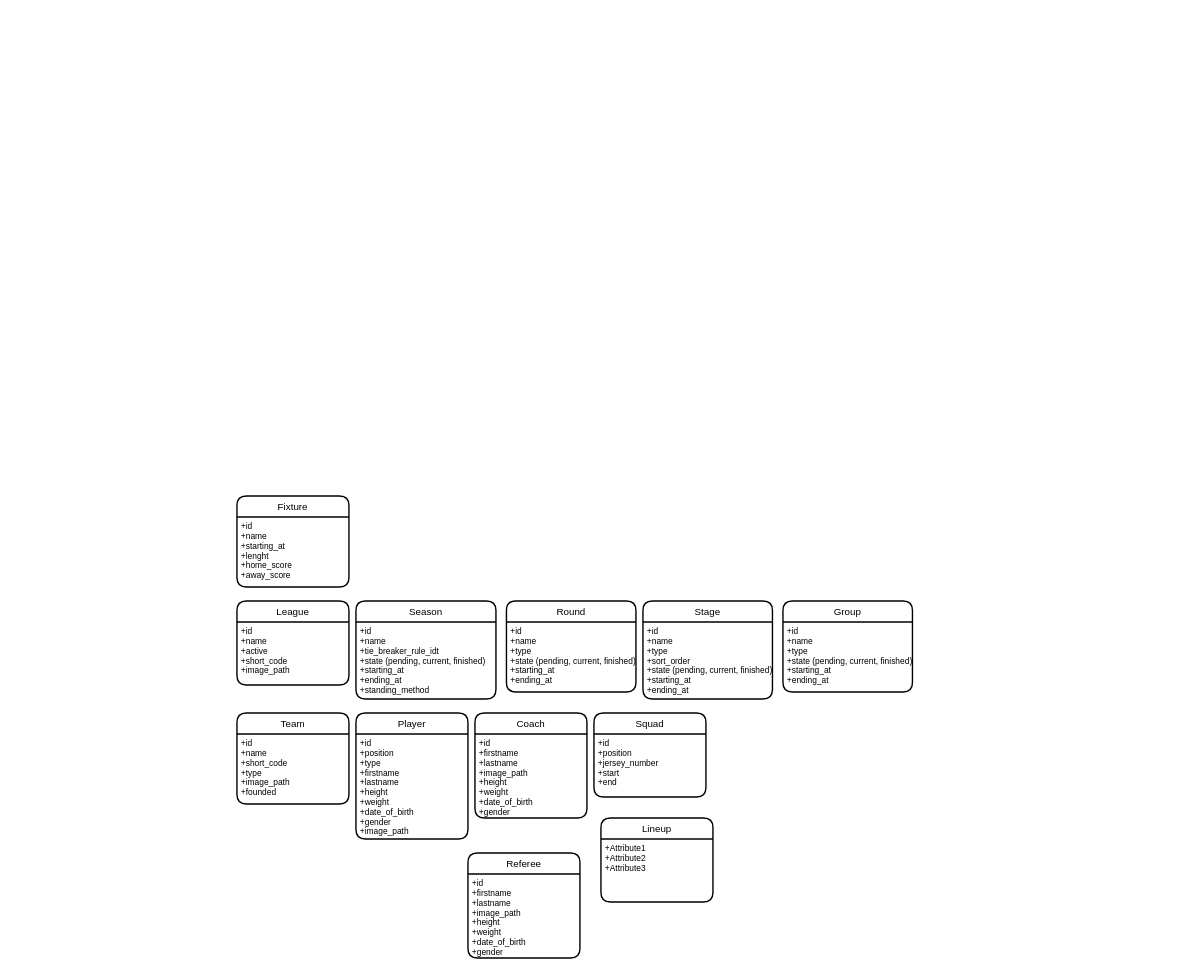
Before: database-schema.drawio in Mattherix/moirasport, a draw.io diagram. Source tidied: cells renumbered, new cells numbered last; positions are measured from the earlier drawing's top-left corner, leaving out a move shared by most shapes. Both pictures are drawn from the tidied source at 70%, with x=0, y=0 at pixel (237, 496).
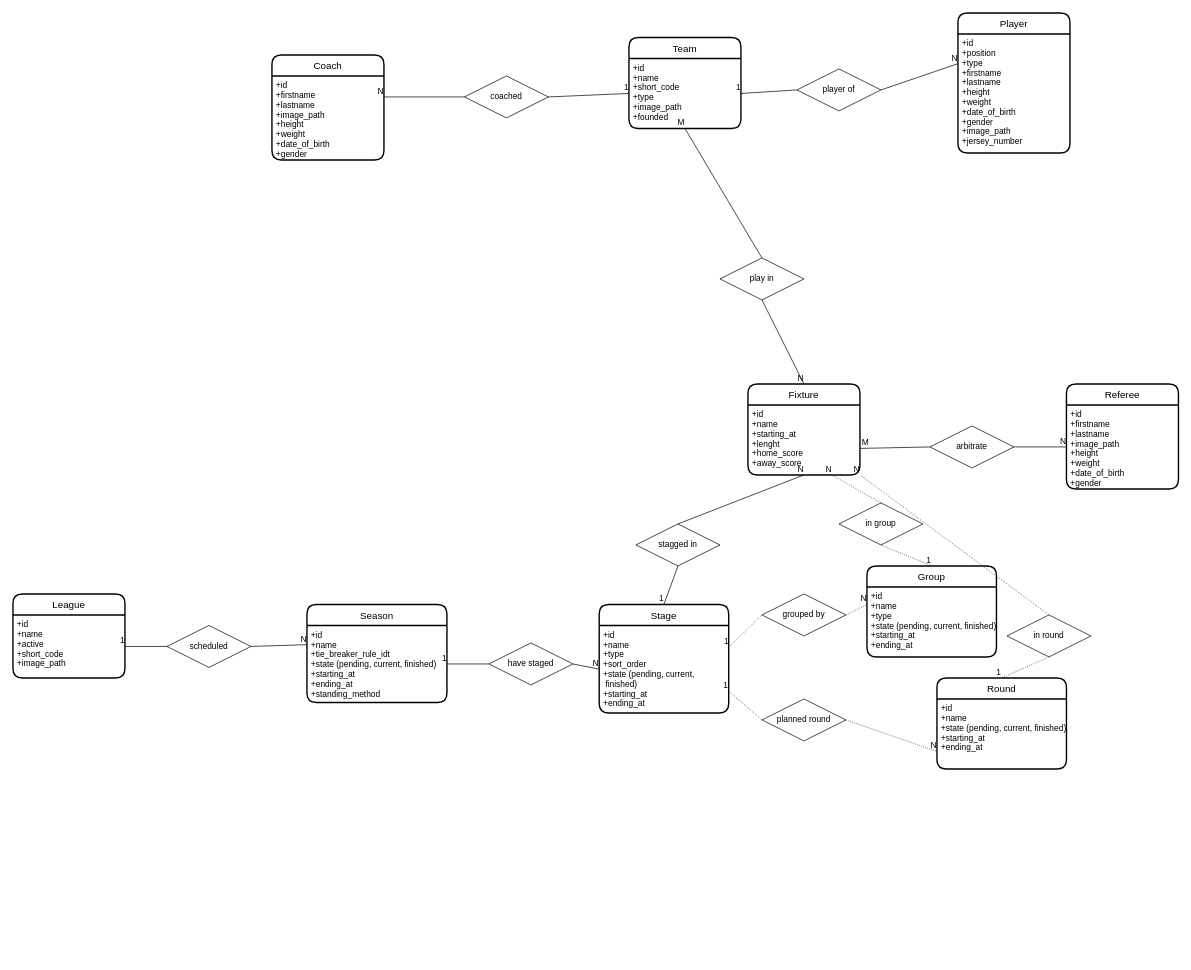
The same diagram, later.

Unchanged cells that the change refers to:
```xml
<mxCell id="3" value="+id&#10;+name&#10;+starting_at&#10;+lenght&#10;+home_score&#10;+away_score" style="align=left;strokeColor=none;fillColor=none;spacingLeft=4;fontSize=12;verticalAlign=top;" parent="2" vertex="1">
  <mxGeometry y="30" width="160" height="100" as="geometry" />
</mxCell>
<mxCell id="5" value="+id&#10;+name&#10;+active&#10;+short_code&#10;+image_path" style="align=left;strokeColor=none;fillColor=none;spacingLeft=4;fontSize=12;verticalAlign=top;" parent="4" vertex="1">
  <mxGeometry y="30" width="160" height="90" as="geometry" />
</mxCell>
<mxCell id="7" value="+id&#10;+name&#10;+tie_breaker_rule_idt&#10;+state (pending, current, finished)&#10;+starting_at&#10;+ending_at&#10;+standing_method&#10;" style="align=left;strokeColor=none;fillColor=none;spacingLeft=4;fontSize=12;verticalAlign=top;" parent="6" vertex="1">
  <mxGeometry y="30" width="200" height="110" as="geometry" />
</mxCell>
<mxCell id="25" value="+id&#10;+name&#10;+type&#10;+state (pending, current, finished)&#10;+starting_at&#10;+ending_at" style="align=left;strokeColor=none;fillColor=none;spacingLeft=4;fontSize=12;verticalAlign=top;" parent="24" vertex="1">
  <mxGeometry y="30" width="185" height="100" as="geometry" />
</mxCell>
```

Diff of the diagram source:
```diff
@@
     <mxCell id="2" value="Fixture" style="swimlane;horizontal=1;startSize=30;rounded=1;fontSize=14;fontStyle=0;strokeWidth=2;shadow=0;dashed=0;align=center;" parent="1" vertex="1">
-      <mxGeometry width="160" height="130" as="geometry" />
+      <mxGeometry x="730" y="-160" width="160" height="130" as="geometry" />
     </mxCell>
@@
     <mxCell id="4" value="League" style="swimlane;horizontal=1;startSize=30;rounded=1;fontSize=14;fontStyle=0;strokeWidth=2;shadow=0;dashed=0;align=center;" parent="1" vertex="1">
-      <mxGeometry y="150" width="160" height="120" as="geometry" />
+      <mxGeometry x="-320" y="140" width="160" height="120" as="geometry" />
     </mxCell>
@@
     <mxCell id="6" value="Season" style="swimlane;horizontal=1;startSize=30;rounded=1;fontSize=14;fontStyle=0;strokeWidth=2;shadow=0;dashed=0;align=center;" parent="1" vertex="1">
-      <mxGeometry x="170" y="150" width="200" height="140" as="geometry" />
+      <mxGeometry x="100" y="155" width="200" height="140" as="geometry" />
     </mxCell>
@@
-    <mxCell id="8" value="Round" style="swimlane;horizontal=1;startSize=30;rounded=1;fontSize=14;fontStyle=0;strokeWidth=2;shadow=0;dashed=0;align=center;" parent="1" vertex="1">
-      <mxGeometry x="385" y="150" width="185" height="130" as="geometry" />
-    </mxCell>
-    <mxCell id="9" value="+id&#10;+name&#10;+type&#10;+state (pending, current, finished)&#10;+starting_at&#10;+ending_at" style="align=left;strokeColor=none;fillColor=none;spacingLeft=4;fontSize=12;verticalAlign=top;" parent="8" vertex="1">
-      <mxGeometry y="30" width="185" height="100" as="geometry" />
-    </mxCell>
-    <mxCell id="10" value="Team" style="swimlane;horizontal=1;startSize=30;rounded=1;fontSize=14;fontStyle=0;strokeWidth=2;shadow=0;dashed=0;align=center;" parent="1" vertex="1">
-      <mxGeometry y="310" width="160" height="130" as="geometry" />
-    </mxCell>
-    <mxCell id="11" value="+id&#10;+name&#10;+short_code&#10;+type&#10;+image_path&#10;+founded" style="align=left;strokeColor=none;fillColor=none;spacingLeft=4;fontSize=12;verticalAlign=top;" parent="10" vertex="1">
-      <mxGeometry y="30" width="160" height="100" as="geometry" />
-    </mxCell>
-    <mxCell id="12" value="Player" style="swimlane;horizontal=1;startSize=30;rounded=1;fontSize=14;fontStyle=0;strokeWidth=2;shadow=0;dashed=0;align=center;" parent="1" vertex="1">
-      <mxGeometry x="170" y="310" width="160" height="180" as="geometry" />
-    </mxCell>
-    <mxCell id="13" value="+id&#10;+position&#10;+type&#10;+firstname&#10;+lastname&#10;+height&#10;+weight&#10;+date_of_birth&#10;+gender&#10;+image_path" style="align=left;strokeColor=none;fillColor=none;spacingLeft=4;fontSize=12;verticalAlign=top;" parent="12" vertex="1">
-      <mxGeometry y="30" width="160" height="150" as="geometry" />
-    </mxCell>
-    <mxCell id="14" value="Squad" style="swimlane;horizontal=1;startSize=30;rounded=1;fontSize=14;fontStyle=0;strokeWidth=2;shadow=0;dashed=0;align=center;" parent="1" vertex="1">
-      <mxGeometry x="510" y="310" width="160" height="120" as="geometry" />
-    </mxCell>
-    <mxCell id="15" value="+id&#10;+position&#10;+jersey_number&#10;+start&#10;+end" style="align=left;strokeColor=none;fillColor=none;spacingLeft=4;fontSize=12;verticalAlign=top;" parent="14" vertex="1">
-      <mxGeometry y="30" width="160" height="90" as="geometry" />
-    </mxCell>
-    <mxCell id="16" value="Coach" style="swimlane;horizontal=1;startSize=30;rounded=1;fontSize=14;fontStyle=0;strokeWidth=2;shadow=0;dashed=0;align=center;" parent="1" vertex="1">
-      <mxGeometry x="340" y="310" width="160" height="150" as="geometry" />
-    </mxCell>
-    <mxCell id="17" value="+id&#10;+firstname&#10;+lastname&#10;+image_path&#10;+height&#10;+weight&#10;+date_of_birth&#10;+gender" style="align=left;strokeColor=none;fillColor=none;spacingLeft=4;fontSize=12;verticalAlign=top;" parent="16" vertex="1">
-      <mxGeometry y="30" width="160" height="120" as="geometry" />
-    </mxCell>
-    <mxCell id="18" value="Lineup" style="swimlane;horizontal=1;startSize=30;rounded=1;fontSize=14;fontStyle=0;strokeWidth=2;shadow=0;dashed=0;align=center;" parent="1" vertex="1">
-      <mxGeometry x="520" y="460" width="160" height="120" as="geometry" />
-    </mxCell>
-    <mxCell id="19" value="+Attribute1&#10;+Attribute2&#10;+Attribute3" style="align=left;strokeColor=none;fillColor=none;spacingLeft=4;fontSize=12;verticalAlign=top;" parent="18" vertex="1">
-      <mxGeometry y="30" width="160" height="90" as="geometry" />
-    </mxCell>
-    <mxCell id="20" value="Referee" style="swimlane;horizontal=1;startSize=30;rounded=1;fontSize=14;fontStyle=0;strokeWidth=2;shadow=0;dashed=0;align=center;" parent="1" vertex="1">
-      <mxGeometry x="330" y="510" width="160" height="150" as="geometry" />
-    </mxCell>
-    <mxCell id="21" value="+id&#10;+firstname&#10;+lastname&#10;+image_path&#10;+height&#10;+weight&#10;+date_of_birth&#10;+gender" style="align=left;strokeColor=none;fillColor=none;spacingLeft=4;fontSize=12;verticalAlign=top;" parent="20" vertex="1">
-      <mxGeometry y="30" width="160" height="120" as="geometry" />
-    </mxCell>
     <mxCell id="22" value="Stage" style="swimlane;horizontal=1;startSize=30;rounded=1;fontSize=14;fontStyle=0;strokeWidth=2;shadow=0;dashed=0;align=center;" parent="1" vertex="1">
-      <mxGeometry x="580" y="150" width="185" height="140" as="geometry" />
+      <mxGeometry x="517.5" y="155" width="185" height="155" as="geometry" />
     </mxCell>
-    <mxCell id="23" value="+id&#10;+name&#10;+type&#10;+sort_order&#10;+state (pending, current, finished)&#10;+starting_at&#10;+ending_at&#10;" style="align=left;strokeColor=none;fillColor=none;spacingLeft=4;fontSize=12;verticalAlign=top;" parent="22" vertex="1">
-      <mxGeometry y="30" width="185" height="110" as="geometry" />
+    <mxCell id="23" value="+id&#10;+name&#10;+type&#10;+sort_order&#10;+state (pending, current,&#10; finished)&#10;+starting_at&#10;+ending_at&#10;" style="align=left;strokeColor=none;fillColor=none;spacingLeft=4;fontSize=12;verticalAlign=top;" parent="22" vertex="1">
+      <mxGeometry y="30" width="185" height="125" as="geometry" />
     </mxCell>
     <mxCell id="24" value="Group" style="swimlane;horizontal=1;startSize=30;rounded=1;fontSize=14;fontStyle=0;strokeWidth=2;shadow=0;dashed=0;align=center;" parent="1" vertex="1">
-      <mxGeometry x="780" y="150" width="185" height="130" as="geometry" />
+      <mxGeometry x="900" y="100" width="185" height="130" as="geometry" />
     </mxCell>
@@
+    <mxCell id="26" value="stagged in" style="shape=rhombus;perimeter=rhombusPerimeter;whiteSpace=wrap;html=1;align=center;" parent="1" vertex="1">
+      <mxGeometry x="570" y="40" width="120" height="60" as="geometry" />
+    </mxCell>
+    <mxCell id="27" style="endArrow=none;html=1;rounded=0;exitX=0.5;exitY=1;exitDx=0;exitDy=0;entryX=0.5;entryY=0;entryDx=0;entryDy=0;" parent="1" edge="1" source="26" target="22">
+      <mxGeometry relative="1" as="geometry" />
+    </mxCell>
+    <mxCell id="28" value="1" style="html=1;align=right;verticalAlign=bottom;" parent="27" vertex="1">
+      <mxGeometry x="1" relative="1" as="geometry" />
+    </mxCell>
+    <mxCell id="29" style="endArrow=none;html=1;rounded=0;entryX=0.5;entryY=1;entryDx=0;entryDy=0;exitX=0.5;exitY=0;exitDx=0;exitDy=0;" parent="1" edge="1" source="26" target="3">
+      <mxGeometry relative="1" as="geometry" />
+    </mxCell>
+    <mxCell id="30" value="N" style="html=1;align=right;verticalAlign=bottom;" parent="29" vertex="1">
+      <mxGeometry x="1" relative="1" as="geometry" />
+    </mxCell>
+    <mxCell id="31" value="in group" style="shape=rhombus;perimeter=rhombusPerimeter;whiteSpace=wrap;html=1;align=center;" parent="1" vertex="1">
+      <mxGeometry x="860" y="10" width="120" height="60" as="geometry" />
+    </mxCell>
+    <mxCell id="32" style="endArrow=none;html=1;rounded=0;dashed=1;dashPattern=1 2;exitX=0.5;exitY=1;exitDx=0;exitDy=0;entryX=0.5;entryY=0;entryDx=0;entryDy=0;" parent="1" edge="1" source="31" target="24">
+      <mxGeometry relative="1" as="geometry" />
+    </mxCell>
+    <mxCell id="33" value="1" style="html=1;align=right;verticalAlign=bottom;" parent="32" vertex="1">
+      <mxGeometry x="1" relative="1" as="geometry" />
+    </mxCell>
+    <mxCell id="34" style="endArrow=none;html=1;rounded=0;dashed=1;dashPattern=1 2;entryX=0.75;entryY=1;entryDx=0;entryDy=0;exitX=0.5;exitY=0;exitDx=0;exitDy=0;" parent="1" edge="1" source="31" target="3">
+      <mxGeometry relative="1" as="geometry" />
+    </mxCell>
+    <mxCell id="35" value="N" style="html=1;align=right;verticalAlign=bottom;" parent="34" vertex="1">
+      <mxGeometry x="1" relative="1" as="geometry" />
+    </mxCell>
+    <mxCell id="36" value="scheduled" style="shape=rhombus;perimeter=rhombusPerimeter;whiteSpace=wrap;html=1;align=center;" parent="1" vertex="1">
+      <mxGeometry x="-100" y="185" width="120" height="60" as="geometry" />
+    </mxCell>
+    <mxCell id="37" style="endArrow=none;html=1;rounded=0;entryX=1;entryY=0.5;entryDx=0;entryDy=0;exitX=0;exitY=0.5;exitDx=0;exitDy=0;" parent="1" edge="1" source="36" target="5">
+      <mxGeometry relative="1" as="geometry" />
+    </mxCell>
+    <mxCell id="38" value="1" style="html=1;align=right;verticalAlign=bottom;" parent="37" vertex="1">
+      <mxGeometry x="1" relative="1" as="geometry" />
+    </mxCell>
+    <mxCell id="39" style="endArrow=none;html=1;rounded=0;entryX=0;entryY=0.25;entryDx=0;entryDy=0;exitX=1;exitY=0.5;exitDx=0;exitDy=0;" parent="1" edge="1" source="36" target="7">
+      <mxGeometry relative="1" as="geometry" />
+    </mxCell>
+    <mxCell id="40" value="N" style="html=1;align=right;verticalAlign=bottom;" parent="39" vertex="1">
+      <mxGeometry x="1" relative="1" as="geometry" />
+    </mxCell>
+    <mxCell id="41" value="have staged" style="shape=rhombus;perimeter=rhombusPerimeter;whiteSpace=wrap;html=1;align=center;" parent="1" vertex="1">
+      <mxGeometry x="360" y="210" width="120" height="60" as="geometry" />
+    </mxCell>
+    <mxCell id="42" style="endArrow=none;html=1;rounded=0;entryX=1;entryY=0.5;entryDx=0;entryDy=0;exitX=0;exitY=0.5;exitDx=0;exitDy=0;" parent="1" edge="1" source="41" target="7">
+      <mxGeometry relative="1" as="geometry" />
+    </mxCell>
+    <mxCell id="43" value="1" style="html=1;align=right;verticalAlign=bottom;" parent="42" vertex="1">
+      <mxGeometry x="1" relative="1" as="geometry" />
+    </mxCell>
+    <mxCell id="44" style="endArrow=none;html=1;rounded=0;exitX=1;exitY=0.5;exitDx=0;exitDy=0;entryX=0;entryY=0.5;entryDx=0;entryDy=0;" parent="1" edge="1" source="41" target="23">
+      <mxGeometry relative="1" as="geometry" />
+    </mxCell>
+    <mxCell id="45" value="N" style="html=1;align=right;verticalAlign=bottom;" parent="44" vertex="1">
+      <mxGeometry x="1" relative="1" as="geometry" />
+    </mxCell>
+    <mxCell id="8" value="Round" style="swimlane;horizontal=1;startSize=30;rounded=1;fontSize=14;fontStyle=0;strokeWidth=2;shadow=0;dashed=0;align=center;" parent="1" vertex="1">
+      <mxGeometry x="1000" y="260" width="185" height="130" as="geometry" />
+    </mxCell>
+    <mxCell id="46" value="+id&#10;+name&#10;+state (pending, current, finished)&#10;+starting_at&#10;+ending_at" style="align=left;strokeColor=none;fillColor=none;spacingLeft=4;fontSize=12;verticalAlign=top;" parent="8" vertex="1">
+      <mxGeometry y="30" width="185" height="100" as="geometry" />
+    </mxCell>
+    <mxCell id="47" style="endArrow=none;html=1;rounded=0;dashed=1;dashPattern=1 2;entryX=1;entryY=1;entryDx=0;entryDy=0;exitX=0.5;exitY=0;exitDx=0;exitDy=0;" parent="1" edge="1" source="49" target="3">
+      <mxGeometry relative="1" as="geometry" />
+    </mxCell>
+    <mxCell id="48" value="N" style="html=1;align=right;verticalAlign=bottom;" parent="47" vertex="1">
+      <mxGeometry x="1" relative="1" as="geometry" />
+    </mxCell>
+    <mxCell id="49" value="in round" style="shape=rhombus;perimeter=rhombusPerimeter;whiteSpace=wrap;html=1;align=center;" parent="1" vertex="1">
+      <mxGeometry x="1100" y="170" width="120" height="60" as="geometry" />
+    </mxCell>
+    <mxCell id="50" style="endArrow=none;html=1;rounded=0;dashed=1;dashPattern=1 2;exitX=0.5;exitY=1;exitDx=0;exitDy=0;entryX=0.5;entryY=0;entryDx=0;entryDy=0;" parent="1" edge="1" source="49" target="8">
+      <mxGeometry relative="1" as="geometry" />
+    </mxCell>
+    <mxCell id="51" value="1" style="html=1;align=right;verticalAlign=bottom;" parent="50" vertex="1">
+      <mxGeometry x="1" relative="1" as="geometry" />
+    </mxCell>
+    <mxCell id="52" value="grouped by" style="shape=rhombus;perimeter=rhombusPerimeter;whiteSpace=wrap;html=1;align=center;" parent="1" vertex="1">
+      <mxGeometry x="750" y="140" width="120" height="60" as="geometry" />
+    </mxCell>
+    <mxCell id="53" value="planned round" style="shape=rhombus;perimeter=rhombusPerimeter;whiteSpace=wrap;html=1;align=center;" parent="1" vertex="1">
+      <mxGeometry x="750" y="290" width="120" height="60" as="geometry" />
+    </mxCell>
+    <mxCell id="54" style="endArrow=none;html=1;rounded=0;dashed=1;dashPattern=1 2;entryX=1;entryY=0.75;entryDx=0;entryDy=0;exitX=0;exitY=0.5;exitDx=0;exitDy=0;" parent="1" edge="1" source="53" target="23">
+      <mxGeometry relative="1" as="geometry" />
+    </mxCell>
+    <mxCell id="55" value="1" style="html=1;align=right;verticalAlign=bottom;" parent="54" vertex="1">
+      <mxGeometry x="1" relative="1" as="geometry" />
+    </mxCell>
+    <mxCell id="56" style="endArrow=none;html=1;rounded=0;dashed=1;dashPattern=1 2;entryX=0;entryY=0.75;entryDx=0;entryDy=0;exitX=1;exitY=0.5;exitDx=0;exitDy=0;" parent="1" edge="1" source="53" target="46">
+      <mxGeometry relative="1" as="geometry" />
+    </mxCell>
+    <mxCell id="57" value="N" style="html=1;align=right;verticalAlign=bottom;" parent="56" vertex="1">
+      <mxGeometry x="1" relative="1" as="geometry" />
+    </mxCell>
+    <mxCell id="58" style="endArrow=none;html=1;rounded=0;dashed=1;dashPattern=1 2;entryX=1;entryY=0.25;entryDx=0;entryDy=0;exitX=0;exitY=0.5;exitDx=0;exitDy=0;" parent="1" edge="1" source="52" target="23">
+      <mxGeometry relative="1" as="geometry" />
+    </mxCell>
+    <mxCell id="59" value="1" style="html=1;align=right;verticalAlign=bottom;" parent="58" vertex="1">
+      <mxGeometry x="1" relative="1" as="geometry" />
+    </mxCell>
+    <mxCell id="60" style="endArrow=none;html=1;rounded=0;dashed=1;dashPattern=1 2;entryX=0;entryY=0.25;entryDx=0;entryDy=0;exitX=1;exitY=0.5;exitDx=0;exitDy=0;" parent="1" edge="1" source="52" target="25">
+      <mxGeometry relative="1" as="geometry" />
+    </mxCell>
+    <mxCell id="61" value="N" style="html=1;align=right;verticalAlign=bottom;" parent="60" vertex="1">
+      <mxGeometry x="1" relative="1" as="geometry" />
+    </mxCell>
+    <mxCell id="10" value="Team" style="swimlane;horizontal=1;startSize=30;rounded=1;fontSize=14;fontStyle=0;strokeWidth=2;shadow=0;dashed=0;align=center;" parent="1" vertex="1">
+      <mxGeometry x="560" y="-655" width="160" height="130" as="geometry" />
+    </mxCell>
+    <mxCell id="11" value="+id&#10;+name&#10;+short_code&#10;+type&#10;+image_path&#10;+founded" style="align=left;strokeColor=none;fillColor=none;spacingLeft=4;fontSize=12;verticalAlign=top;" parent="10" vertex="1">
+      <mxGeometry y="30" width="160" height="100" as="geometry" />
+    </mxCell>
+    <mxCell id="12" value="Player" style="swimlane;horizontal=1;startSize=30;rounded=1;fontSize=14;fontStyle=0;strokeWidth=2;shadow=0;dashed=0;align=center;" parent="1" vertex="1">
+      <mxGeometry x="1030" y="-690" width="160" height="200" as="geometry" />
+    </mxCell>
+    <mxCell id="62" value="+id&#10;+position&#10;+type&#10;+firstname&#10;+lastname&#10;+height&#10;+weight&#10;+date_of_birth&#10;+gender&#10;+image_path&#10;+jersey_number" style="align=left;strokeColor=none;fillColor=none;spacingLeft=4;fontSize=12;verticalAlign=top;" parent="12" vertex="1">
+      <mxGeometry y="30" width="160" height="170" as="geometry" />
+    </mxCell>
+    <mxCell id="16" value="Coach" style="swimlane;horizontal=1;startSize=30;rounded=1;fontSize=14;fontStyle=0;strokeWidth=2;shadow=0;dashed=0;align=center;" parent="1" vertex="1">
+      <mxGeometry x="50" y="-630" width="160" height="150" as="geometry" />
+    </mxCell>
+    <mxCell id="63" value="+id&#10;+firstname&#10;+lastname&#10;+image_path&#10;+height&#10;+weight&#10;+date_of_birth&#10;+gender" style="align=left;strokeColor=none;fillColor=none;spacingLeft=4;fontSize=12;verticalAlign=top;" parent="16" vertex="1">
+      <mxGeometry y="30" width="160" height="120" as="geometry" />
+    </mxCell>
+    <mxCell id="20" value="Referee" style="swimlane;horizontal=1;startSize=30;rounded=1;fontSize=14;fontStyle=0;strokeWidth=2;shadow=0;dashed=0;align=center;" parent="1" vertex="1">
+      <mxGeometry x="1185" y="-160" width="160" height="150" as="geometry" />
+    </mxCell>
+    <mxCell id="64" value="+id&#10;+firstname&#10;+lastname&#10;+image_path&#10;+height&#10;+weight&#10;+date_of_birth&#10;+gender" style="align=left;strokeColor=none;fillColor=none;spacingLeft=4;fontSize=12;verticalAlign=top;" parent="20" vertex="1">
+      <mxGeometry y="30" width="160" height="120" as="geometry" />
+    </mxCell>
+    <mxCell id="65" value="player of" style="shape=rhombus;perimeter=rhombusPerimeter;whiteSpace=wrap;html=1;align=center;" parent="1" vertex="1">
+      <mxGeometry x="800" y="-610" width="120" height="60" as="geometry" />
+    </mxCell>
+    <mxCell id="66" value="coached" style="shape=rhombus;perimeter=rhombusPerimeter;whiteSpace=wrap;html=1;align=center;" parent="1" vertex="1">
+      <mxGeometry x="325" y="-600" width="120" height="60" as="geometry" />
+    </mxCell>
+    <mxCell id="67" value="arbitrate" style="shape=rhombus;perimeter=rhombusPerimeter;whiteSpace=wrap;html=1;align=center;" parent="1" vertex="1">
+      <mxGeometry x="990" y="-100" width="120" height="60" as="geometry" />
+    </mxCell>
+    <mxCell id="68" style="endArrow=none;html=1;rounded=0;entryX=0;entryY=0.5;entryDx=0;entryDy=0;exitX=1;exitY=0.5;exitDx=0;exitDy=0;" parent="1" edge="1" source="66" target="11">
+      <mxGeometry relative="1" as="geometry" />
+    </mxCell>
+    <mxCell id="69" value="1" style="html=1;align=right;verticalAlign=bottom;" parent="68" vertex="1">
+      <mxGeometry x="1" relative="1" as="geometry" />
+    </mxCell>
+    <mxCell id="70" style="endArrow=none;html=1;rounded=0;entryX=1;entryY=0.25;entryDx=0;entryDy=0;exitX=0;exitY=0.5;exitDx=0;exitDy=0;" parent="1" edge="1" source="66" target="63">
+      <mxGeometry relative="1" as="geometry" />
+    </mxCell>
+    <mxCell id="71" value="N" style="html=1;align=right;verticalAlign=bottom;" parent="70" vertex="1">
+      <mxGeometry x="1" relative="1" as="geometry" />
+    </mxCell>
+    <mxCell id="72" style="endArrow=none;html=1;rounded=0;entryX=0;entryY=0.25;entryDx=0;entryDy=0;exitX=1;exitY=0.5;exitDx=0;exitDy=0;" parent="1" edge="1" source="65" target="62">
+      <mxGeometry relative="1" as="geometry" />
+    </mxCell>
+    <mxCell id="73" value="N" style="html=1;align=right;verticalAlign=bottom;" parent="72" vertex="1">
+      <mxGeometry x="1" relative="1" as="geometry" />
+    </mxCell>
+    <mxCell id="74" style="endArrow=none;html=1;rounded=0;exitX=0;exitY=0.5;exitDx=0;exitDy=0;entryX=1;entryY=0.5;entryDx=0;entryDy=0;" parent="1" edge="1" source="65" target="11">
+      <mxGeometry relative="1" as="geometry" />
+    </mxCell>
+    <mxCell id="75" value="1" style="html=1;align=right;verticalAlign=bottom;" parent="74" vertex="1">
+      <mxGeometry x="1" relative="1" as="geometry" />
+    </mxCell>
+    <mxCell id="76" value="play in" style="shape=rhombus;perimeter=rhombusPerimeter;whiteSpace=wrap;html=1;align=center;" parent="1" vertex="1">
+      <mxGeometry x="690" y="-340" width="120" height="60" as="geometry" />
+    </mxCell>
+    <mxCell id="77" style="endArrow=none;html=1;rounded=0;entryX=0.5;entryY=1;entryDx=0;entryDy=0;exitX=0.5;exitY=0;exitDx=0;exitDy=0;" parent="1" edge="1" source="76" target="11">
+      <mxGeometry relative="1" as="geometry" />
+    </mxCell>
+    <mxCell id="78" value="M" style="html=1;align=right;verticalAlign=bottom;" parent="77" vertex="1">
+      <mxGeometry x="1" relative="1" as="geometry" />
+    </mxCell>
+    <mxCell id="79" style="endArrow=none;html=1;rounded=0;exitX=0.5;exitY=1;exitDx=0;exitDy=0;entryX=0.5;entryY=0;entryDx=0;entryDy=0;" parent="1" edge="1" source="76" target="2">
+      <mxGeometry relative="1" as="geometry" />
+    </mxCell>
+    <mxCell id="80" value="N" style="html=1;align=right;verticalAlign=bottom;" parent="79" vertex="1">
+      <mxGeometry x="1" relative="1" as="geometry" />
+    </mxCell>
+    <mxCell id="81" style="endArrow=none;html=1;rounded=0;exitX=1.004;exitY=0.621;exitDx=0;exitDy=0;exitPerimeter=0;entryX=0;entryY=0.5;entryDx=0;entryDy=0;" parent="1" edge="1" source="3" target="67">
+      <mxGeometry relative="1" as="geometry" />
+    </mxCell>
+    <mxCell id="82" value="M" style="html=1;align=left;verticalAlign=bottom;" parent="81" vertex="1">
+      <mxGeometry x="-1" relative="1" as="geometry" />
+    </mxCell>
+    <mxCell id="83" style="endArrow=none;html=1;rounded=0;entryX=0;entryY=0.5;entryDx=0;entryDy=0;exitX=1;exitY=0.5;exitDx=0;exitDy=0;" parent="1" edge="1" source="67" target="64">
+      <mxGeometry relative="1" as="geometry" />
+    </mxCell>
+    <mxCell id="84" value="N" style="html=1;align=right;verticalAlign=bottom;" parent="83" vertex="1">
+      <mxGeometry x="1" relative="1" as="geometry" />
+    </mxCell>
```
